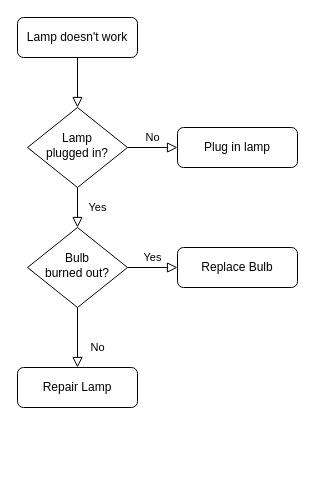
This is page "Page-1" (2 of 3) of strategy-pattern.drawio from phquoc25/diagram, a draw.io file, before an edit. Source tidied: cells renumbered, new cells numbered last; positions are measured from the earlier drawing's top-left corner, leaving out a move shared by most shapes. Both pictures are drawn from the tidied source at 100%, with x=0, y=0 at pixel (17, 17).
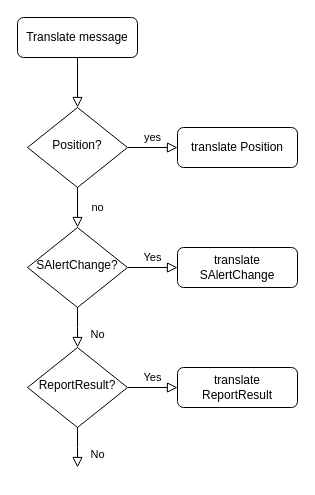
After the change.

What changed in the source:
```diff
@@
 <mxGraphModel>
   <root>
     <mxCell id="0" />
     <mxCell id="1" parent="0" />
     <mxCell id="2" style="rounded=0;html=1;jettySize=auto;fontSize=11;endArrow=block;endFill=0;endSize=8;strokeWidth=1;shadow=0;labelBackgroundColor=none;edgeStyle=orthogonalEdgeStyle;" parent="1" edge="1" source="3" target="6">
       <mxGeometry relative="1" as="geometry" />
     </mxCell>
-    <mxCell id="3" value="Lamp doesn't work" style="rounded=1;whiteSpace=wrap;html=1;fontSize=12;glass=0;strokeWidth=1;shadow=0;" parent="1" vertex="1">
+    <mxCell id="3" value="Translate message" style="rounded=1;whiteSpace=wrap;html=1;fontSize=12;glass=0;strokeWidth=1;shadow=0;" parent="1" vertex="1">
       <mxGeometry width="120" height="40" as="geometry" />
     </mxCell>
-    <mxCell id="4" value="Yes" style="rounded=0;html=1;jettySize=auto;fontSize=11;endArrow=block;endFill=0;endSize=8;strokeWidth=1;shadow=0;labelBackgroundColor=none;edgeStyle=orthogonalEdgeStyle;" parent="1" edge="1" source="6" target="10">
+    <mxCell id="4" value="no" style="rounded=0;html=1;jettySize=auto;fontSize=11;endArrow=block;endFill=0;endSize=8;strokeWidth=1;shadow=0;labelBackgroundColor=none;edgeStyle=orthogonalEdgeStyle;" parent="1" edge="1" source="6" target="10">
       <mxGeometry y="20" relative="1" as="geometry" />
     </mxCell>
-    <mxCell id="5" value="No" style="edgeStyle=orthogonalEdgeStyle;rounded=0;html=1;jettySize=auto;fontSize=11;endArrow=block;endFill=0;endSize=8;strokeWidth=1;shadow=0;labelBackgroundColor=none;" parent="1" edge="1" source="6" target="7">
+    <mxCell id="5" value="yes" style="edgeStyle=orthogonalEdgeStyle;rounded=0;html=1;jettySize=auto;fontSize=11;endArrow=block;endFill=0;endSize=8;strokeWidth=1;shadow=0;labelBackgroundColor=none;" parent="1" edge="1" source="6" target="7">
       <mxGeometry y="10" relative="1" as="geometry" />
     </mxCell>
-    <mxCell id="6" value="Lamp&lt;br&gt;plugged in?" style="rhombus;whiteSpace=wrap;html=1;shadow=0;fontFamily=Helvetica;fontSize=12;align=center;strokeWidth=1;spacing=6;spacingTop=-4;" parent="1" vertex="1">
+    <mxCell id="6" value="Position?" style="rhombus;whiteSpace=wrap;html=1;shadow=0;fontFamily=Helvetica;fontSize=12;align=center;strokeWidth=1;spacing=6;spacingTop=-4;" parent="1" vertex="1">
       <mxGeometry x="10" y="90" width="100" height="80" as="geometry" />
     </mxCell>
-    <mxCell id="7" value="Plug in lamp" style="rounded=1;whiteSpace=wrap;html=1;fontSize=12;glass=0;strokeWidth=1;shadow=0;" parent="1" vertex="1">
+    <mxCell id="7" value="translate Position" style="rounded=1;whiteSpace=wrap;html=1;fontSize=12;glass=0;strokeWidth=1;shadow=0;" parent="1" vertex="1">
       <mxGeometry x="160" y="110" width="120" height="40" as="geometry" />
     </mxCell>
-    <mxCell id="8" value="No" style="rounded=0;html=1;jettySize=auto;fontSize=11;endArrow=block;endFill=0;endSize=8;strokeWidth=1;shadow=0;labelBackgroundColor=none;edgeStyle=orthogonalEdgeStyle;" parent="1" edge="1" source="10" target="11">
-      <mxGeometry x="0.33" y="20" relative="1" as="geometry" />
+    <mxCell id="8" value="No" style="rounded=0;html=1;jettySize=auto;fontSize=11;endArrow=block;endFill=0;endSize=8;strokeWidth=1;shadow=0;labelBackgroundColor=none;edgeStyle=orthogonalEdgeStyle;" parent="1" edge="1" source="10">
+      <mxGeometry x="0.33" y="20" relative="1" as="geometry">
+        <mxPoint x="60" y="330" as="targetPoint" />
+      </mxGeometry>
     </mxCell>
     <mxCell id="9" value="Yes" style="edgeStyle=orthogonalEdgeStyle;rounded=0;html=1;jettySize=auto;fontSize=11;endArrow=block;endFill=0;endSize=8;strokeWidth=1;shadow=0;labelBackgroundColor=none;" parent="1" edge="1" source="10" target="12">
       <mxGeometry y="10" relative="1" as="geometry" />
     </mxCell>
-    <mxCell id="10" value="Bulb&lt;br&gt;burned out?" style="rhombus;whiteSpace=wrap;html=1;shadow=0;fontFamily=Helvetica;fontSize=12;align=center;strokeWidth=1;spacing=6;spacingTop=-4;" parent="1" vertex="1">
+    <mxCell id="10" value="SAlertChange?" style="rhombus;whiteSpace=wrap;html=1;shadow=0;fontFamily=Helvetica;fontSize=12;align=center;strokeWidth=1;spacing=6;spacingTop=-4;" parent="1" vertex="1">
       <mxGeometry x="10" y="210" width="100" height="80" as="geometry" />
     </mxCell>
-    <mxCell id="11" value="Repair Lamp" style="rounded=1;whiteSpace=wrap;html=1;fontSize=12;glass=0;strokeWidth=1;shadow=0;" parent="1" vertex="1">
-      <mxGeometry y="350" width="120" height="40" as="geometry" />
-    </mxCell>
-    <mxCell id="12" value="Replace Bulb" style="rounded=1;whiteSpace=wrap;html=1;fontSize=12;glass=0;strokeWidth=1;shadow=0;" parent="1" vertex="1">
+    <mxCell id="12" value="translate SAlertChange" style="rounded=1;whiteSpace=wrap;html=1;fontSize=12;glass=0;strokeWidth=1;shadow=0;" parent="1" vertex="1">
       <mxGeometry x="160" y="230" width="120" height="40" as="geometry" />
     </mxCell>
+    <mxCell id="13" value="No" style="rounded=0;html=1;jettySize=auto;fontSize=11;endArrow=block;endFill=0;endSize=8;strokeWidth=1;shadow=0;labelBackgroundColor=none;edgeStyle=orthogonalEdgeStyle;" parent="1" edge="1" source="15">
+      <mxGeometry x="0.33" y="20" relative="1" as="geometry">
+        <mxPoint x="60" y="450" as="targetPoint" />
+      </mxGeometry>
+    </mxCell>
+    <mxCell id="14" value="Yes" style="edgeStyle=orthogonalEdgeStyle;rounded=0;html=1;jettySize=auto;fontSize=11;endArrow=block;endFill=0;endSize=8;strokeWidth=1;shadow=0;labelBackgroundColor=none;" parent="1" edge="1" source="15" target="16">
+      <mxGeometry y="10" relative="1" as="geometry" />
+    </mxCell>
+    <mxCell id="15" value="ReportResult?" style="rhombus;whiteSpace=wrap;html=1;shadow=0;fontFamily=Helvetica;fontSize=12;align=center;strokeWidth=1;spacing=6;spacingTop=-4;" parent="1" vertex="1">
+      <mxGeometry x="10" y="330" width="100" height="80" as="geometry" />
+    </mxCell>
+    <mxCell id="16" value="translate ReportResult" style="rounded=1;whiteSpace=wrap;html=1;fontSize=12;glass=0;strokeWidth=1;shadow=0;" parent="1" vertex="1">
+      <mxGeometry x="160" y="350" width="120" height="40" as="geometry" />
+    </mxCell>
   </root>
 </mxGraphModel>
```
